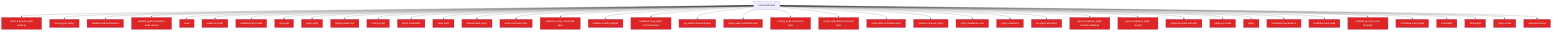
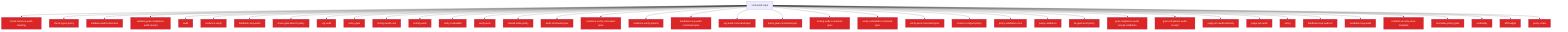
flowchart TD
  Untrusted["Untrusted input"]
  check_harness_audit_tracking_33e6a72e["check-harness-audit-tracking"]
  Untrusted --> check_harness_audit_tracking_33e6a72e
  check_types_policy_cfbecf01["check-types-policy"]
  Untrusted --> check_types_policy_cfbecf01
  validate_audit_references_811f872a["validate-audit-references"]
  Untrusted --> validate_audit_references_811f872a
  validate_goal_completion_audit_receipt_100d252c["validate-goal-completion-audit-receipt"]
  Untrusted --> validate_goal_completion_audit_receipt_100d252c
  audit_b81f37a0["audit"]
  Untrusted --> audit_b81f37a0
  evidence_verify_3b73c290["evidence-verify"]
  Untrusted --> evidence_verify_3b73c290
  feedback_loop_audit_0ac0ec9d["feedback-loop-audit"]
  Untrusted --> feedback_loop_audit_0ac0ec9d
+   linear_gate_branch_policy_13c4707c["linear-gate-branch-policy"]
+   Untrusted --> linear_gate_branch_policy_13c4707c
  org_audit_d739e44b["org-audit"]
  Untrusted --> org_audit_d739e44b
  policy_gate_213f7313["policy-gate"]
  Untrusted --> policy_gate_213f7313
  tooling_audit_core_328d6a41["tooling-audit-core"]
  Untrusted --> tooling_audit_core_328d6a41
  tooling_audit_8a8239ff["tooling-audit"]
  Untrusted --> tooling_audit_8a8239ff
  verify_coderabbit_490b4e71["verify-coderabbit"]
  Untrusted --> verify_coderabbit_490b4e71
  verify_work_df70ecac["verify-work"]
  Untrusted --> verify_work_df70ecac
  shared_state_policy_edc9c4db["shared-state-policy"]
  Untrusted --> shared_state_policy_edc9c4db
  audit_command_spec_5acf0149["audit-command-spec"]
  Untrusted --> audit_command_spec_5acf0149
  evidence_verify_command_spec_e1cbfea2["evidence-verify-command-spec"]
  Untrusted --> evidence_verify_command_spec_e1cbfea2
  evidence_verify_options_3505c520["evidence-verify-options"]
  Untrusted --> evidence_verify_options_3505c520
  feedback_loop_audit_command_spec_27e599c4["feedback-loop-audit-command-spec"]
  Untrusted --> feedback_loop_audit_command_spec_27e599c4
  org_audit_command_spec_1a570341["org-audit-command-spec"]
  Untrusted --> org_audit_command_spec_1a570341
  policy_gate_command_spec_71e8726a["policy-gate-command-spec"]
  Untrusted --> policy_gate_command_spec_71e8726a
  tooling_audit_command_spec_e0e57863["tooling-audit-command-spec"]
  Untrusted --> tooling_audit_command_spec_e0e57863
  verify_coderabbit_command_spec_68cc9ec5["verify-coderabbit-command-spec"]
  Untrusted --> verify_coderabbit_command_spec_68cc9ec5
  verify_work_command_spec_d6c94ac8["verify-work-command-spec"]
  Untrusted --> verify_work_command_spec_d6c94ac8
  context_compact_policy_3dcaf95d["context-compact-policy"]
  Untrusted --> context_compact_policy_3dcaf95d
  policy_validators_core_714a3fe7["policy-validators-core"]
  Untrusted --> policy_validators_core_714a3fe7
  policy_validators_6682e192["policy-validators"]
  Untrusted --> policy_validators_6682e192
  he_gate_trust_policy_b1126dfd["he-gate-trust-policy"]
  Untrusted --> he_gate_trust_policy_b1126dfd
  goal_completion_audit_receipt_validation_9d0f4891["goal-completion-audit-receipt-validation"]
  Untrusted --> goal_completion_audit_receipt_validation_9d0f4891
  goal_completion_audit_receipt_5e4939c3["goal-completion-audit-receipt"]
  Untrusted --> goal_completion_audit_receipt_5e4939c3
  judge_pm_audit_authority_c311b050["judge-pm-audit-authority"]
  Untrusted --> judge_pm_audit_authority_c311b050
  judge_pm_audit_ccd20b35["judge-pm-audit"]
  Untrusted --> judge_pm_audit_ccd20b35
  policy_823412d1["policy"]
  Untrusted --> policy_823412d1
  feedback_loop_audit_cli_fd8f38dc["feedback-loop-audit-cli"]
  Untrusted --> feedback_loop_audit_cli_fd8f38dc
  feedback_loop_audit_1_c7be4304["feedback-loop-audit"]
  Untrusted --> feedback_loop_audit_1_c7be4304
  scaffold_security_scan_template_55bc7465["scaffold-security-scan-template"]
  Untrusted --> scaffold_security_scan_template_55bc7465
  normalise_policy_gate_90229693["normalise-policy-gate"]
  Untrusted --> normalise_policy_gate_90229693
  cardinality_ebef8aff["cardinality"]
  Untrusted --> cardinality_ebef8aff
  diff_budget_1_9f85eb1c["diff-budget"]
  Untrusted --> diff_budget_1_9f85eb1c
  policy_chain_0c92e343["policy-chain"]
  Untrusted --> policy_chain_0c92e343
-   required_checks_46396214["required-checks"]
-   Untrusted --> required_checks_46396214
  classDef securityNode fill:#dc2626,color:#fff
-   class check_harness_audit_tracking_33e6a72e,check_types_policy_cfbecf01,validate_audit_references_811f872a,validate_goal_completion_audit_receipt_100d252c,audit_b81f37a0,evidence_verify_3b73c290,feedback_loop_audit_0ac0ec9d,org_audit_d739e44b,policy_gate_213f7313,tooling_audit_core_328d6a41,tooling_audit_8a8239ff,verify_coderabbit_490b4e71,verify_work_df70ecac,shared_state_policy_edc9c4db,audit_command_spec_5acf0149,evidence_verify_command_spec_e1cbfea2,evidence_verify_options_3505c520,feedback_loop_audit_command_spec_27e599c4,org_audit_command_spec_1a570341,policy_gate_command_spec_71e8726a,tooling_audit_command_spec_e0e57863,verify_coderabbit_command_spec_68cc9ec5,verify_work_command_spec_d6c94ac8,context_compact_policy_3dcaf95d,policy_validators_core_714a3fe7,policy_validators_6682e192,he_gate_trust_policy_b1126dfd,goal_completion_audit_receipt_validation_9d0f4891,goal_completion_audit_receipt_5e4939c3,judge_pm_audit_authority_c311b050,judge_pm_audit_ccd20b35,policy_823412d1,feedback_loop_audit_cli_fd8f38dc,feedback_loop_audit_1_c7be4304,scaffold_security_scan_template_55bc7465,normalise_policy_gate_90229693,cardinality_ebef8aff,diff_budget_1_9f85eb1c,policy_chain_0c92e343,required_checks_46396214 securityNode
+   class check_harness_audit_tracking_33e6a72e,check_types_policy_cfbecf01,validate_audit_references_811f872a,validate_goal_completion_audit_receipt_100d252c,audit_b81f37a0,evidence_verify_3b73c290,feedback_loop_audit_0ac0ec9d,linear_gate_branch_policy_13c4707c,org_audit_d739e44b,policy_gate_213f7313,tooling_audit_core_328d6a41,tooling_audit_8a8239ff,verify_coderabbit_490b4e71,verify_work_df70ecac,shared_state_policy_edc9c4db,audit_command_spec_5acf0149,evidence_verify_command_spec_e1cbfea2,evidence_verify_options_3505c520,feedback_loop_audit_command_spec_27e599c4,org_audit_command_spec_1a570341,policy_gate_command_spec_71e8726a,tooling_audit_command_spec_e0e57863,verify_coderabbit_command_spec_68cc9ec5,verify_work_command_spec_d6c94ac8,context_compact_policy_3dcaf95d,policy_validators_core_714a3fe7,policy_validators_6682e192,he_gate_trust_policy_b1126dfd,goal_completion_audit_receipt_validation_9d0f4891,goal_completion_audit_receipt_5e4939c3,judge_pm_audit_authority_c311b050,judge_pm_audit_ccd20b35,policy_823412d1,feedback_loop_audit_cli_fd8f38dc,feedback_loop_audit_1_c7be4304,scaffold_security_scan_template_55bc7465,normalise_policy_gate_90229693,cardinality_ebef8aff,diff_budget_1_9f85eb1c,policy_chain_0c92e343 securityNode
